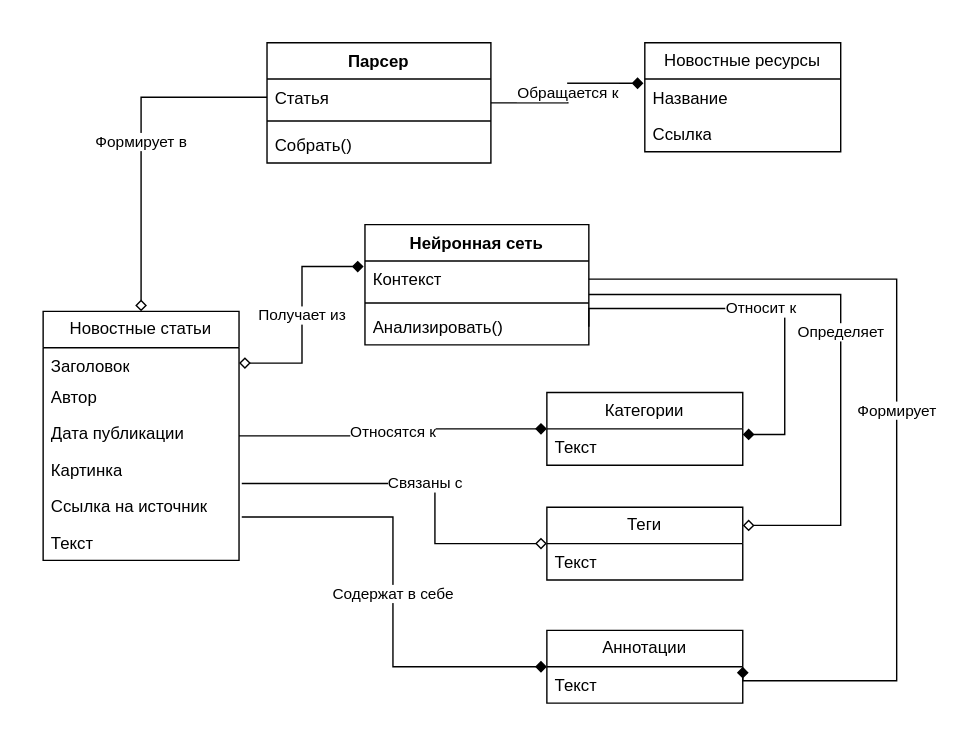
0hJonny/Diplom_60701_ keeps this draw.io diagram as Диаграммы/ConceptualModel.svg. Above is the earlier version. Source tidied: cells renumbered, new cells last; positions are measured from the earlier drawing's top-left corner, leaving out a move shared by most shapes.
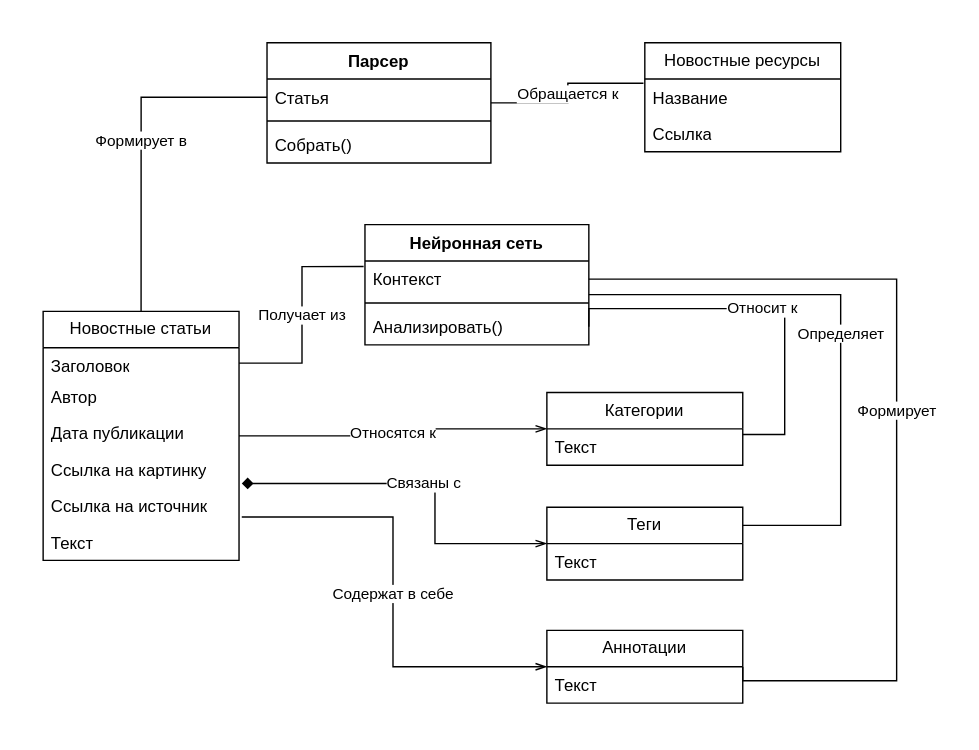
Above is the later version.

What changed in the source:
```diff
@@ -2,10 +2,10 @@
   <root>
     <mxCell id="0" />
     <mxCell id="1" parent="0" />
-    <mxCell id="2" value="Относятся к" style="edgeStyle=orthogonalEdgeStyle;rounded=0;jettySize=auto;html=1;entryX=0;entryY=0.5;entryDx=0;entryDy=0;endArrow=diamond;endFill=1;" parent="1" edge="1" source="5" target="12">
+    <mxCell id="2" value="Относятся к" style="edgeStyle=orthogonalEdgeStyle;rounded=0;jettySize=auto;html=1;entryX=0;entryY=0.5;entryDx=0;entryDy=0;endArrow=openThin;endFill=0;startArrow=none;startFill=0;" parent="1" edge="1" source="5" target="12">
       <mxGeometry relative="1" as="geometry" />
     </mxCell>
-    <mxCell id="3" value="Связаны с" style="edgeStyle=orthogonalEdgeStyle;rounded=0;jettySize=auto;html=1;entryX=0;entryY=0.5;entryDx=0;entryDy=0;exitX=1.014;exitY=0.885;exitDx=0;exitDy=0;exitPerimeter=0;endArrow=diamond;endFill=0;" parent="1" edge="1" source="9" target="23">
+    <mxCell id="3" value="Связаны с" style="edgeStyle=orthogonalEdgeStyle;rounded=0;jettySize=auto;html=1;entryX=0;entryY=0.5;entryDx=0;entryDy=0;exitX=1.014;exitY=0.885;exitDx=0;exitDy=0;exitPerimeter=0;endArrow=openThin;endFill=0;startArrow=diamond;startFill=1;" parent="1" edge="1" source="9" target="23">
       <mxGeometry relative="1" as="geometry">
         <Array as="points">
           <mxPoint x="280" y="315" />
@@ -13,7 +13,7 @@
         </Array>
       </mxGeometry>
     </mxCell>
-    <mxCell id="4" value="Содержат в себе" style="edgeStyle=orthogonalEdgeStyle;rounded=0;jettySize=auto;html=1;entryX=0;entryY=0.5;entryDx=0;entryDy=0;exitX=1.014;exitY=0.808;exitDx=0;exitDy=0;exitPerimeter=0;endArrow=diamond;endFill=1;" parent="1" edge="1" source="10" target="14">
+    <mxCell id="4" value="Содержат в себе" style="edgeStyle=orthogonalEdgeStyle;rounded=0;jettySize=auto;html=1;entryX=0;entryY=0.5;entryDx=0;entryDy=0;exitX=1.014;exitY=0.808;exitDx=0;exitDy=0;exitPerimeter=0;endArrow=openThin;endFill=0;startArrow=none;startFill=0;" parent="1" edge="1" source="10" target="14">
       <mxGeometry relative="1" as="geometry" />
     </mxCell>
     <mxCell id="5" value="Новостные статьи" style="swimlane;fontStyle=0;horizontal=1;startSize=26;fillColor=none;whiteSpace=wrap;html=1;" parent="1" vertex="1">
@@ -28,7 +28,7 @@
     <mxCell id="8" value="Дата публикации" style="text;strokeColor=none;fillColor=none;align=left;verticalAlign=top;spacingLeft=4;spacingRight=4;overflow=hidden;whiteSpace=wrap;html=1;" parent="5" vertex="1">
       <mxGeometry y="74" width="140" height="26" as="geometry" />
     </mxCell>
-    <mxCell id="9" value="Картинка" style="text;strokeColor=none;fillColor=none;align=left;verticalAlign=top;spacingLeft=4;spacingRight=4;overflow=hidden;points=[[0,0.5],[1,0.5]];portConstraint=eastwest;whiteSpace=wrap;html=1;" parent="5" vertex="1">
+    <mxCell id="9" value="Ссылка на картинку" style="text;strokeColor=none;fillColor=none;align=left;verticalAlign=top;spacingLeft=4;spacingRight=4;overflow=hidden;points=[[0,0.5],[1,0.5]];portConstraint=eastwest;whiteSpace=wrap;html=1;" parent="5" vertex="1">
       <mxGeometry y="100" width="140" height="26" as="geometry" />
     </mxCell>
     <mxCell id="10" value="Ссылка на источник" style="text;strokeColor=none;fillColor=none;align=left;verticalAlign=top;spacingLeft=4;spacingRight=4;overflow=hidden;points=[[0,0.5],[1,0.5]];portConstraint=eastwest;whiteSpace=wrap;html=1;" parent="5" vertex="1">
@@ -76,10 +76,10 @@
     <mxCell id="24" value="Текст" style="text;strokeColor=none;fillColor=none;align=left;verticalAlign=top;spacingLeft=4;spacingRight=4;overflow=hidden;whiteSpace=wrap;html=1;" parent="23" vertex="1">
       <mxGeometry y="26" width="140" height="26" as="geometry" />
     </mxCell>
-    <mxCell id="25" value="Обращается к" style="edgeStyle=orthogonalEdgeStyle;rounded=0;jettySize=auto;html=1;entryX=-0.007;entryY=0.115;entryDx=0;entryDy=0;entryPerimeter=0;endArrow=diamond;endFill=1;" parent="1" edge="1" source="16" target="21">
+    <mxCell id="25" value="Обращается к" style="edgeStyle=orthogonalEdgeStyle;rounded=0;jettySize=auto;html=1;entryX=-0.007;entryY=0.115;entryDx=0;entryDy=0;entryPerimeter=0;endArrow=none;endFill=0;startArrow=none;startFill=0;" parent="1" edge="1" source="16" target="21">
       <mxGeometry relative="1" as="geometry" />
     </mxCell>
-    <mxCell id="26" value="Формирует в" style="edgeStyle=orthogonalEdgeStyle;rounded=0;jettySize=auto;html=1;entryX=0.5;entryY=0;entryDx=0;entryDy=0;endArrow=diamond;endFill=0;" parent="1" edge="1" source="17" target="5">
+    <mxCell id="26" value="Формирует в" style="edgeStyle=orthogonalEdgeStyle;rounded=0;jettySize=auto;html=1;entryX=0.5;entryY=0;entryDx=0;entryDy=0;endArrow=none;endFill=0;" parent="1" edge="1" source="17" target="5">
       <mxGeometry relative="1" as="geometry" />
     </mxCell>
     <mxCell id="27" value="Нейронная сеть" style="swimlane;fontStyle=1;align=center;verticalAlign=top;horizontal=1;startSize=26;whiteSpace=wrap;html=1;" parent="1" vertex="1">
@@ -94,10 +94,10 @@
     <mxCell id="30" value="Анализировать()" style="text;strokeColor=none;fillColor=none;align=left;verticalAlign=top;spacingLeft=4;spacingRight=4;overflow=hidden;points=[[0,0.5],[1,0.5]];portConstraint=eastwest;whiteSpace=wrap;html=1;" parent="27" vertex="1">
       <mxGeometry y="60" width="160" height="26" as="geometry" />
     </mxCell>
-    <mxCell id="31" value="Получает из" style="edgeStyle=orthogonalEdgeStyle;rounded=0;jettySize=auto;html=1;entryX=-0.006;entryY=0.154;entryDx=0;entryDy=0;entryPerimeter=0;startArrow=diamond;startFill=0;endArrow=diamond;endFill=1;" parent="1" edge="1" source="6" target="28">
+    <mxCell id="31" value="Получает из" style="edgeStyle=orthogonalEdgeStyle;rounded=0;jettySize=auto;html=1;entryX=-0.006;entryY=0.154;entryDx=0;entryDy=0;entryPerimeter=0;startArrow=none;startFill=0;endArrow=none;endFill=0;" parent="1" edge="1" source="6" target="28">
       <mxGeometry relative="1" as="geometry" />
     </mxCell>
-    <mxCell id="32" value="Относит к" style="edgeStyle=orthogonalEdgeStyle;rounded=0;jettySize=auto;html=1;entryX=1;entryY=0.154;entryDx=0;entryDy=0;entryPerimeter=0;exitX=1;exitY=0.5;exitDx=0;exitDy=0;endArrow=diamond;endFill=1;" parent="1" edge="1" source="30" target="13">
+    <mxCell id="32" value="Относит к" style="edgeStyle=orthogonalEdgeStyle;rounded=0;jettySize=auto;html=1;entryX=1;entryY=0.154;entryDx=0;entryDy=0;entryPerimeter=0;exitX=1;exitY=0.5;exitDx=0;exitDy=0;endArrow=none;endFill=0;" parent="1" edge="1" source="30" target="13">
       <mxGeometry relative="1" as="geometry">
         <Array as="points">
           <mxPoint x="390" y="190" />
@@ -106,7 +106,7 @@
         </Array>
       </mxGeometry>
     </mxCell>
-    <mxCell id="33" value="Определяет" style="edgeStyle=orthogonalEdgeStyle;rounded=0;jettySize=auto;html=1;entryX=1;entryY=0.25;entryDx=0;entryDy=0;endArrow=diamond;endFill=0;" parent="1" edge="1" source="28" target="23">
+    <mxCell id="33" value="Определяет" style="edgeStyle=orthogonalEdgeStyle;rounded=0;jettySize=auto;html=1;entryX=1;entryY=0.25;entryDx=0;entryDy=0;endArrow=none;endFill=0;" parent="1" edge="1" source="28" target="23">
       <mxGeometry relative="1" as="geometry">
         <Array as="points">
           <mxPoint x="570" y="180" />
@@ -114,7 +114,7 @@
         </Array>
       </mxGeometry>
     </mxCell>
-    <mxCell id="34" value="Формирует" style="edgeStyle=orthogonalEdgeStyle;rounded=0;jettySize=auto;html=1;entryX=1;entryY=0.5;entryDx=0;entryDy=0;endArrow=diamond;endFill=1;" parent="1" edge="1" source="28" target="14">
+    <mxCell id="34" value="Формирует" style="edgeStyle=orthogonalEdgeStyle;rounded=0;jettySize=auto;html=1;entryX=1;entryY=0.5;entryDx=0;entryDy=0;endArrow=none;endFill=0;" parent="1" edge="1" source="28" target="14">
       <mxGeometry relative="1" as="geometry">
         <Array as="points">
           <mxPoint x="610" y="169" />
```
